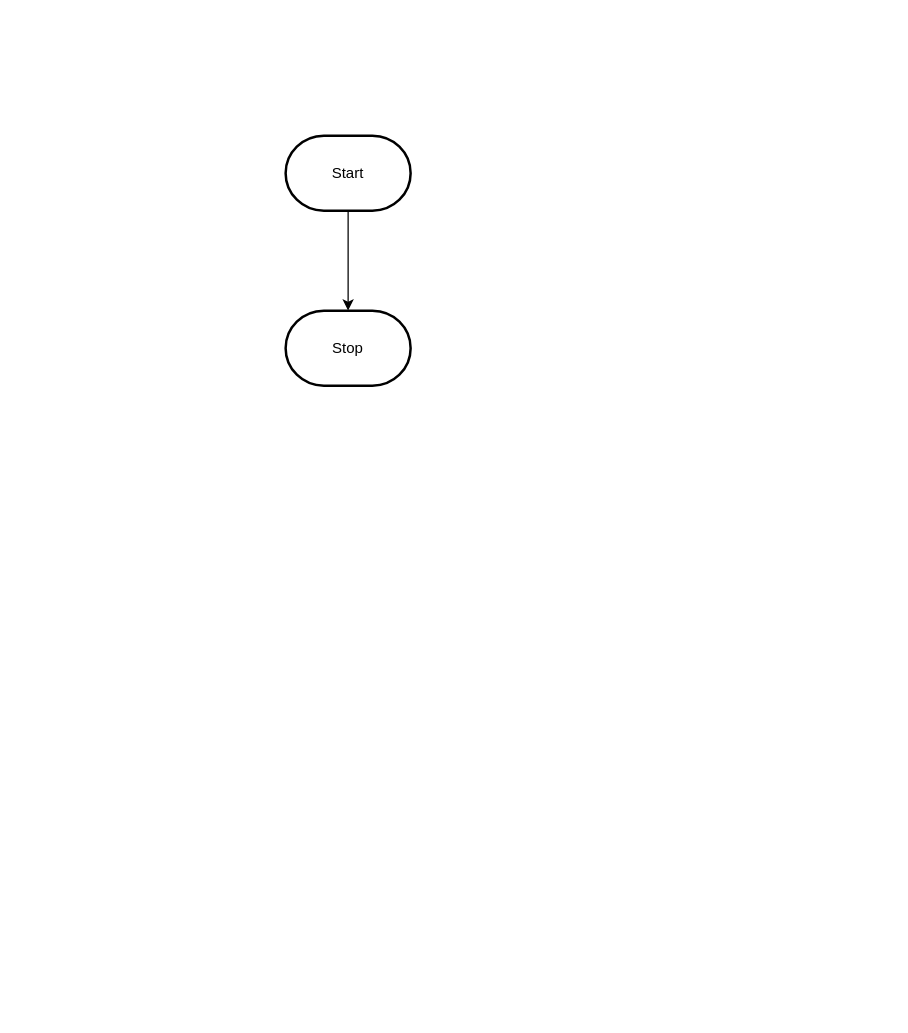
MTHS-ICD2O-1-2023/ICD2O-Unit-5-03-david-ezenwa keeps this draw.io diagram as design/flowchart.drawio. Above is the earlier version. Source tidied: cells renumbered, new cells numbered last; positions are measured from the earlier drawing's top-left corner, leaving out a move shared by most shapes. Both pictures are drawn from the tidied source at 125%, with x=0, y=0 at pixel (285, 135).
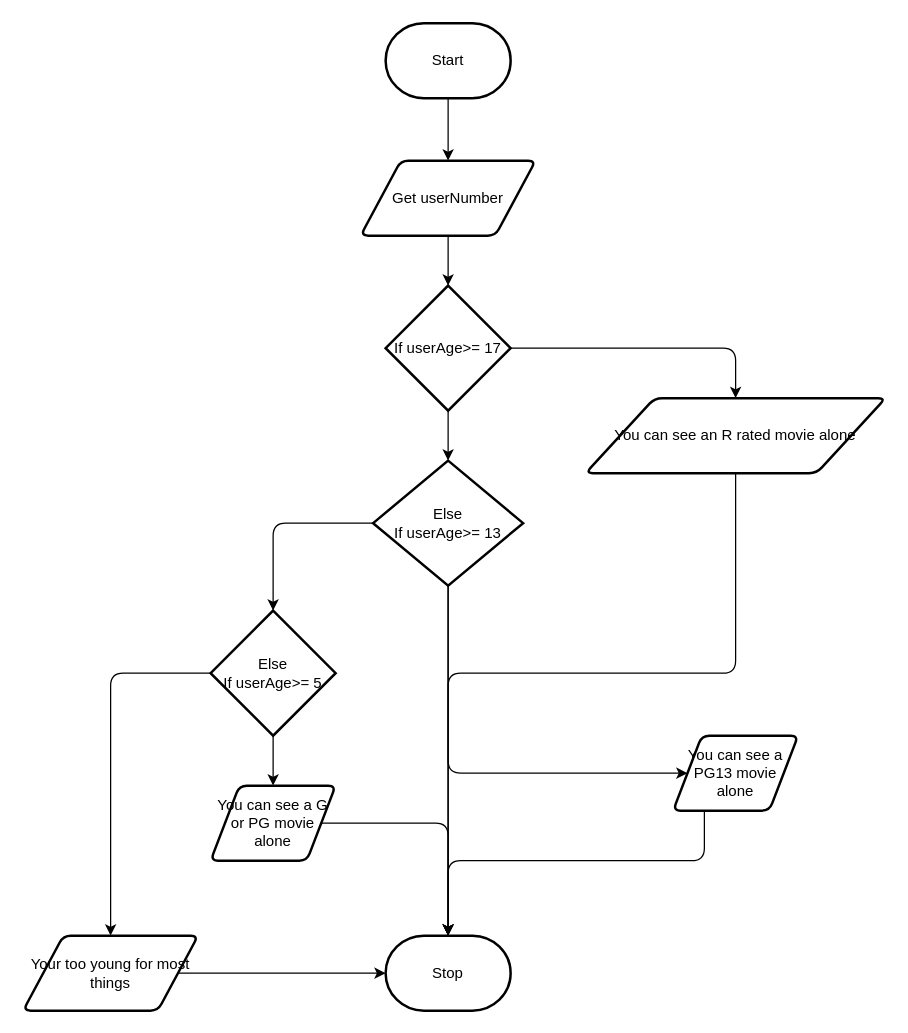
The same diagram, later.

What changed in the source:
```diff
@@
-    <mxCell id="2" style="edgeStyle=orthogonalEdgeStyle;html=1;rounded=0;" parent="1" edge="1" source="3" target="4">
-      <mxGeometry relative="1" as="geometry" />
-    </mxCell>
+    <mxCell id="5" style="edgeStyle=none;html=1;entryX=0.5;entryY=0;entryDx=0;entryDy=0;" parent="1" edge="1" source="3" target="2">
+      <mxGeometry relative="1" as="geometry" />
+    </mxCell>
     <mxCell id="3" value="Start" style="strokeWidth=2;html=1;shape=mxgraph.flowchart.terminator;whiteSpace=wrap;" parent="1" vertex="1">
-      <mxGeometry width="100" height="60" as="geometry" />
+      <mxGeometry x="80" y="-90" width="100" height="60" as="geometry" />
     </mxCell>
     <mxCell id="4" value="Stop" style="strokeWidth=2;html=1;shape=mxgraph.flowchart.terminator;whiteSpace=wrap;" parent="1" vertex="1">
-      <mxGeometry y="140" width="100" height="60" as="geometry" />
+      <mxGeometry x="80" y="640" width="100" height="60" as="geometry" />
     </mxCell>
+    <mxCell id="6" style="edgeStyle=none;html=1;entryX=0.5;entryY=0;entryDx=0;entryDy=0;entryPerimeter=0;" parent="1" edge="1" source="2" target="9">
+      <mxGeometry relative="1" as="geometry" />
+    </mxCell>
+    <mxCell id="2" value="Get userNumber" style="shape=parallelogram;html=1;strokeWidth=2;perimeter=parallelogramPerimeter;whiteSpace=wrap;rounded=1;arcSize=12;size=0.23;" parent="1" vertex="1">
+      <mxGeometry x="60" y="20" width="140" height="60" as="geometry" />
+    </mxCell>
+    <mxCell id="7" style="edgeStyle=none;html=1;entryX=0.5;entryY=0;entryDx=0;entryDy=0;" parent="1" edge="1" source="9" target="15">
+      <mxGeometry relative="1" as="geometry">
+        <Array as="points">
+          <mxPoint x="360" y="170" />
+        </Array>
+      </mxGeometry>
+    </mxCell>
+    <mxCell id="8" style="edgeStyle=none;html=1;entryX=0.5;entryY=0;entryDx=0;entryDy=0;entryPerimeter=0;" parent="1" edge="1" source="9" target="13">
+      <mxGeometry relative="1" as="geometry" />
+    </mxCell>
+    <mxCell id="9" value="If userAge&amp;gt;= 17" style="strokeWidth=2;html=1;shape=mxgraph.flowchart.decision;whiteSpace=wrap;" parent="1" vertex="1">
+      <mxGeometry x="80" y="120" width="100" height="100" as="geometry" />
+    </mxCell>
+    <mxCell id="10" style="edgeStyle=none;html=1;exitX=0;exitY=0.5;exitDx=0;exitDy=0;exitPerimeter=0;entryX=0.5;entryY=0;entryDx=0;entryDy=0;entryPerimeter=0;" parent="1" edge="1" source="13" target="18">
+      <mxGeometry relative="1" as="geometry">
+        <Array as="points">
+          <mxPoint x="-10" y="310" />
+        </Array>
+      </mxGeometry>
+    </mxCell>
+    <mxCell id="11" style="edgeStyle=none;html=1;entryX=0.5;entryY=0;entryDx=0;entryDy=0;entryPerimeter=0;" parent="1" edge="1" source="13" target="4">
+      <mxGeometry relative="1" as="geometry" />
+    </mxCell>
+    <mxCell id="12" style="edgeStyle=none;html=1;entryX=0;entryY=0.5;entryDx=0;entryDy=0;exitX=0.5;exitY=1;exitDx=0;exitDy=0;exitPerimeter=0;" parent="1" edge="1" source="13" target="24">
+      <mxGeometry relative="1" as="geometry">
+        <Array as="points">
+          <mxPoint x="130" y="510" />
+        </Array>
+      </mxGeometry>
+    </mxCell>
+    <mxCell id="13" value="Else&lt;br&gt;If userAge&amp;gt;= 13" style="strokeWidth=2;html=1;shape=mxgraph.flowchart.decision;whiteSpace=wrap;" parent="1" vertex="1">
+      <mxGeometry x="70" y="260" width="120" height="100" as="geometry" />
+    </mxCell>
+    <mxCell id="14" style="edgeStyle=none;html=1;entryX=0.5;entryY=0;entryDx=0;entryDy=0;entryPerimeter=0;" parent="1" edge="1" source="15" target="4">
+      <mxGeometry relative="1" as="geometry">
+        <Array as="points">
+          <mxPoint x="360" y="430" />
+          <mxPoint x="130" y="430" />
+        </Array>
+      </mxGeometry>
+    </mxCell>
+    <mxCell id="15" value="You can see an R rated movie alone" style="shape=parallelogram;html=1;strokeWidth=2;perimeter=parallelogramPerimeter;whiteSpace=wrap;rounded=1;arcSize=12;size=0.23;" parent="1" vertex="1">
+      <mxGeometry x="240" y="210" width="240" height="60" as="geometry" />
+    </mxCell>
+    <mxCell id="16" style="edgeStyle=none;html=1;entryX=0.5;entryY=0;entryDx=0;entryDy=0;" parent="1" edge="1" source="18" target="20">
+      <mxGeometry relative="1" as="geometry" />
+    </mxCell>
+    <mxCell id="17" style="edgeStyle=none;html=1;entryX=0.5;entryY=0;entryDx=0;entryDy=0;exitX=0;exitY=0.5;exitDx=0;exitDy=0;exitPerimeter=0;" parent="1" edge="1" source="18" target="22">
+      <mxGeometry relative="1" as="geometry">
+        <Array as="points">
+          <mxPoint x="-140" y="430" />
+        </Array>
+      </mxGeometry>
+    </mxCell>
+    <mxCell id="18" value="Else&lt;br&gt;If userAge&amp;gt;= 5" style="strokeWidth=2;html=1;shape=mxgraph.flowchart.decision;whiteSpace=wrap;" parent="1" vertex="1">
+      <mxGeometry x="-60" y="380" width="100" height="100" as="geometry" />
+    </mxCell>
+    <mxCell id="19" style="edgeStyle=none;html=1;entryX=0.5;entryY=0;entryDx=0;entryDy=0;entryPerimeter=0;" parent="1" edge="1" source="20" target="4">
+      <mxGeometry relative="1" as="geometry">
+        <Array as="points">
+          <mxPoint x="130" y="550" />
+        </Array>
+      </mxGeometry>
+    </mxCell>
+    <mxCell id="20" value="You can see a G or PG movie alone" style="shape=parallelogram;html=1;strokeWidth=2;perimeter=parallelogramPerimeter;whiteSpace=wrap;rounded=1;arcSize=12;size=0.23;" parent="1" vertex="1">
+      <mxGeometry x="-60" y="520" width="100" height="60" as="geometry" />
+    </mxCell>
+    <mxCell id="21" style="edgeStyle=none;html=1;entryX=0;entryY=0.5;entryDx=0;entryDy=0;entryPerimeter=0;" parent="1" edge="1" source="22" target="4">
+      <mxGeometry relative="1" as="geometry" />
+    </mxCell>
+    <mxCell id="22" value="Your too young for most things" style="shape=parallelogram;html=1;strokeWidth=2;perimeter=parallelogramPerimeter;whiteSpace=wrap;rounded=1;arcSize=12;size=0.23;" parent="1" vertex="1">
+      <mxGeometry x="-210" y="640" width="140" height="60" as="geometry" />
+    </mxCell>
+    <mxCell id="23" style="edgeStyle=none;html=1;entryX=0.5;entryY=0;entryDx=0;entryDy=0;entryPerimeter=0;exitX=0.25;exitY=1;exitDx=0;exitDy=0;" parent="1" edge="1" source="24" target="4">
+      <mxGeometry relative="1" as="geometry">
+        <Array as="points">
+          <mxPoint x="335" y="580" />
+          <mxPoint x="130" y="580" />
+        </Array>
+      </mxGeometry>
+    </mxCell>
+    <mxCell id="24" value="You can see a PG13 movie alone" style="shape=parallelogram;html=1;strokeWidth=2;perimeter=parallelogramPerimeter;whiteSpace=wrap;rounded=1;arcSize=12;size=0.23;" parent="1" vertex="1">
+      <mxGeometry x="310" y="480" width="100" height="60" as="geometry" />
+    </mxCell>
```
